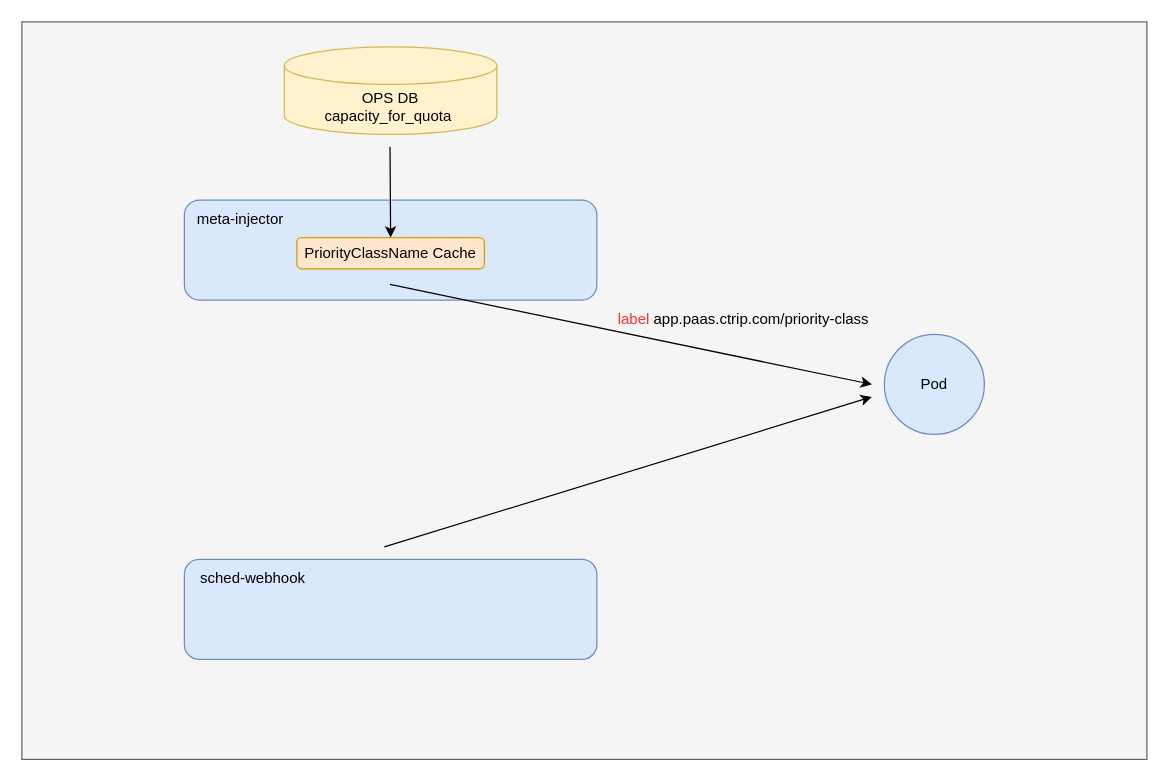
Before: priorityClassName-meta-injector.drawio in YanshanSong/draw.io, a draw.io diagram. Source tidied: cells renumbered, new cells numbered last; positions are measured from the earlier drawing's top-left corner, leaving out a move shared by most shapes. Both pictures are drawn from the tidied source at 125%, with x=0, y=0 at pixel (21, 21).
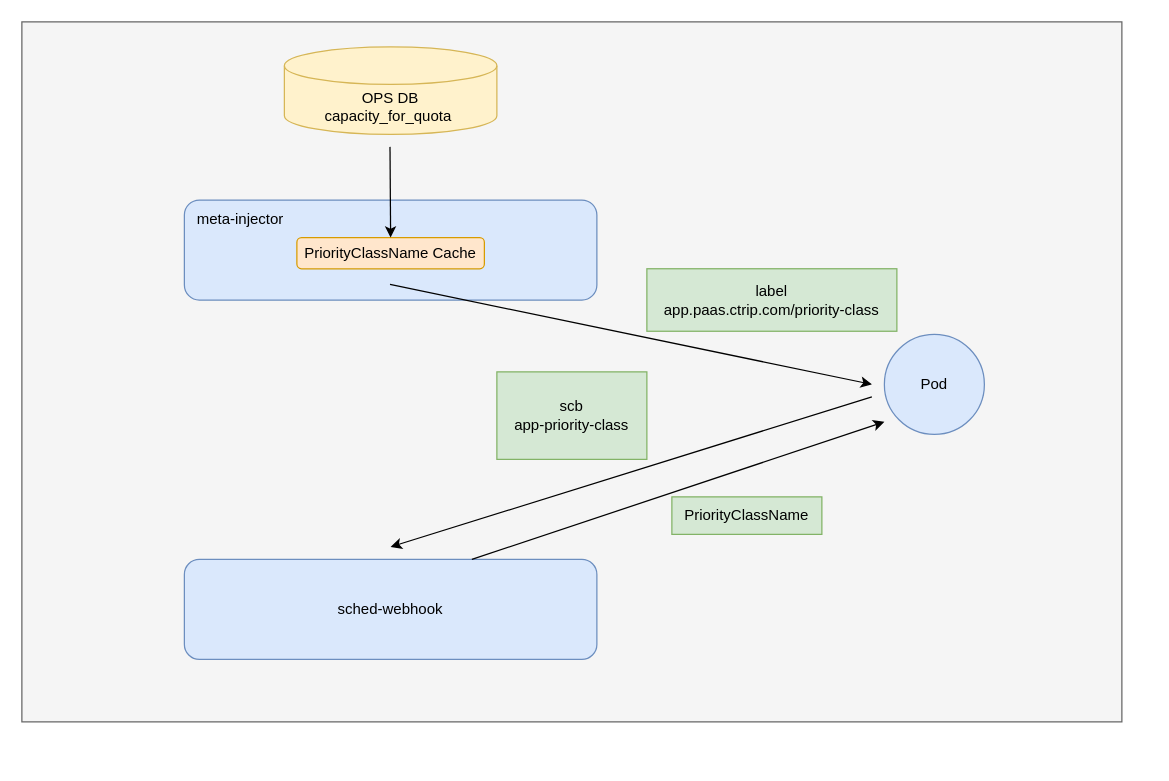
After the change.

The change refers to these unchanged cells:
```xml
<mxCell id="14" style="group;" parent="13" vertex="1">
  <mxGeometry width="330" height="80" as="geometry" />
</mxCell>
```

What changed in the source:
```diff
@@
     <mxCell id="2" style="rounded=0;whiteSpace=wrap;html=1;fillColor=#f5f5f5;fontColor=#333333;strokeColor=#666666;" parent="1" vertex="1">
-      <mxGeometry width="900" height="590" as="geometry" />
+      <mxGeometry width="880" height="560" as="geometry" />
     </mxCell>
@@
-    <mxCell id="12" value="&lt;font color=&quot;#ff3333&quot;&gt;label&lt;/font&gt; app.paas.ctrip.com/priority-class" style="rounded=0;whiteSpace=wrap;html=1;fillColor=none;strokeColor=none;" parent="1" vertex="1">
-      <mxGeometry x="470" y="222.5" width="215" height="30" as="geometry" />
-    </mxCell>
@@
     <mxCell id="16" value="sched-webhook" style="rounded=0;whiteSpace=wrap;html=1;fontColor=#000000;fillColor=none;strokeColor=none;" parent="14" vertex="1">
-      <mxGeometry x="10" width="90" height="30" as="geometry" />
+      <mxGeometry x="120" y="25" width="90" height="30" as="geometry" />
     </mxCell>
-    <mxCell id="17" style="endArrow=classic;html=1;rounded=0;fontColor=#000000;" parent="1" edge="1">
-      <mxGeometry relative="1" as="geometry">
-        <mxPoint x="290" y="420" as="sourcePoint" />
-        <mxPoint x="680" y="300" as="targetPoint" />
-      </mxGeometry>
-    </mxCell>
+    <mxCell id="18" value="scb&lt;br&gt;app-priority-class&lt;font color=&quot;#000000&quot;&gt;&lt;br&gt;&lt;/font&gt;" style="rounded=0;whiteSpace=wrap;html=1;fillColor=#d5e8d4;strokeColor=#82b366;" parent="1" vertex="1">
+      <mxGeometry x="380" y="280" width="120" height="70" as="geometry" />
+    </mxCell>
+    <mxCell id="19" style="endArrow=classic;html=1;rounded=0;fontColor=#000000;" parent="1" edge="1">
+      <mxGeometry relative="1" as="geometry">
+        <mxPoint x="680" y="300" as="sourcePoint" />
+        <mxPoint x="295" y="420" as="targetPoint" />
+      </mxGeometry>
+    </mxCell>
+    <mxCell id="20" style="endArrow=classic;html=1;rounded=0;fontColor=#000000;" parent="1" edge="1">
+      <mxGeometry relative="1" as="geometry">
+        <mxPoint x="360" y="430" as="sourcePoint" />
+        <mxPoint x="690" y="320" as="targetPoint" />
+      </mxGeometry>
+    </mxCell>
+    <mxCell id="12" value="label&lt;br&gt;app.paas.ctrip.com/priority-class&lt;font color=&quot;#000000&quot;&gt;&lt;br&gt;&lt;/font&gt;" style="rounded=0;whiteSpace=wrap;html=1;fillColor=#d5e8d4;strokeColor=#82b366;" parent="1" vertex="1">
+      <mxGeometry x="500" y="197.5" width="200" height="50" as="geometry" />
+    </mxCell>
+    <mxCell id="21" value="&lt;div style=&quot;&quot;&gt;&lt;span style=&quot;background-color: initial;&quot;&gt;PriorityClassName&lt;/span&gt;&lt;br&gt;&lt;/div&gt;" style="rounded=0;whiteSpace=wrap;html=1;fillColor=#d5e8d4;strokeColor=#82b366;align=center;" parent="1" vertex="1">
+      <mxGeometry x="520" y="380" width="120" height="30" as="geometry" />
+    </mxCell>
```
